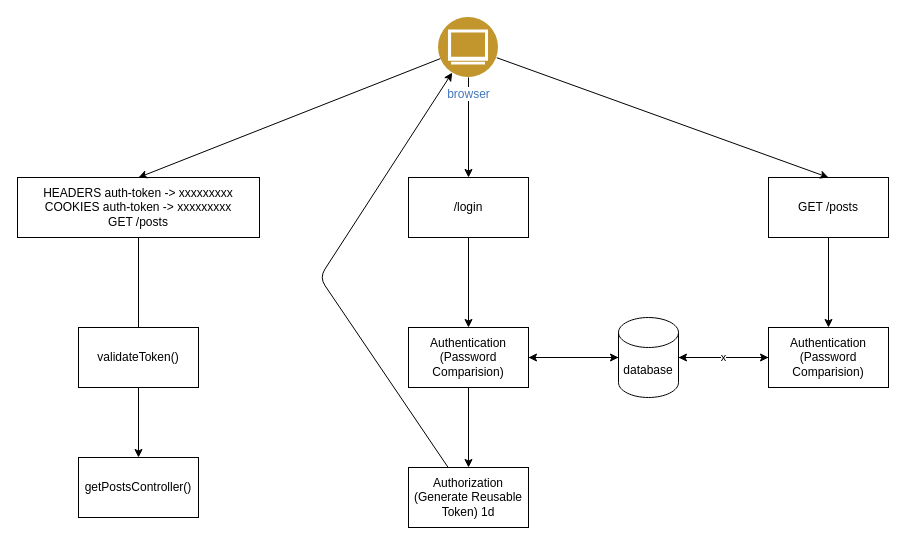
manjotsk/nodejs-class-12 keeps this draw.io diagram as auth.flow.drawio. Above is the earlier version. Source tidied: cells renumbered, new cells numbered last; positions are measured from the earlier drawing's top-left corner, leaving out a move shared by most shapes. Both pictures are drawn from the tidied source at 100%, with x=0, y=0 at pixel (17, 17).
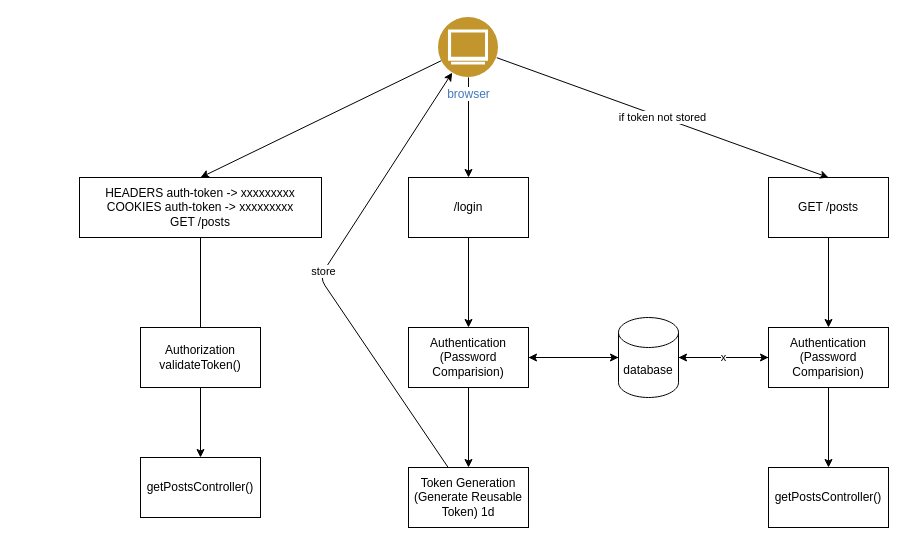
The same page after the edit.

Commit message:
Refactor authentication flowchart and routes

The change refers to these unchanged cells:
```xml
<mxCell id="10" value="GET /posts" style="rounded=0;whiteSpace=wrap;html=1;" parent="1" vertex="1">
  <mxGeometry x="751" y="160" width="120" height="60" as="geometry" />
</mxCell>
<mxCell id="12" value="Authentication&lt;br&gt;(Password Comparision)" style="rounded=0;whiteSpace=wrap;html=1;" parent="1" vertex="1">
  <mxGeometry x="751" y="310" width="120" height="60" as="geometry" />
</mxCell>
<mxCell id="21" value="browser" style="perimeter=ellipsePerimeter;html=1;align=center;shadow=0;dashed=0;fontColor=#4277BB;labelBackgroundColor=#ffffff;fontSize=12;spacingTop=3;image;image=img/lib/ibm/users/browser.svg;" parent="1" vertex="1">
  <mxGeometry x="421" width="60" height="60" as="geometry" />
</mxCell>
```

Diff of the diagram source:
```diff
@@
-    <mxCell id="7" style="edgeStyle=none;html=1;" parent="1" edge="1" source="8" target="21">
+    <mxCell id="7" value="store" style="edgeStyle=none;html=1;" parent="1" edge="1" source="8" target="21">
       <mxGeometry relative="1" as="geometry">
         <Array as="points">
           <mxPoint x="302" y="260" />
         </Array>
       </mxGeometry>
     </mxCell>
-    <mxCell id="8" value="Authorization&lt;br&gt;(Generate Reusable Token) 1d" style="rounded=0;whiteSpace=wrap;html=1;" parent="1" vertex="1">
+    <mxCell id="8" value="Token Generation&lt;br&gt;(Generate Reusable Token) 1d" style="rounded=0;whiteSpace=wrap;html=1;" parent="1" vertex="1">
       <mxGeometry x="391" y="450" width="120" height="60" as="geometry" />
     </mxCell>
@@
+    <mxCell id="25" style="edgeStyle=none;html=1;" parent="1" edge="1" source="12" target="26">
+      <mxGeometry relative="1" as="geometry" />
+    </mxCell>
@@
     <mxCell id="17" value="HEADERS auth-token -&amp;gt; xxxxxxxxx&lt;br&gt;COOKIES auth-token -&amp;gt; xxxxxxxxx&lt;br&gt;GET /posts" style="rounded=0;whiteSpace=wrap;html=1;" parent="1" vertex="1">
-      <mxGeometry y="160" width="242" height="60" as="geometry" />
+      <mxGeometry x="62" y="160" width="242" height="60" as="geometry" />
     </mxCell>
@@
-    <mxCell id="20" style="edgeStyle=none;html=1;entryX=0.5;entryY=0;entryDx=0;entryDy=0;" parent="1" edge="1" source="21" target="10">
+    <mxCell id="20" value="if token not stored" style="edgeStyle=none;html=1;entryX=0.5;entryY=0;entryDx=0;entryDy=0;" parent="1" edge="1" source="21" target="10">
       <mxGeometry relative="1" as="geometry" />
     </mxCell>
@@
     <mxCell id="22" value="getPostsController()" style="whiteSpace=wrap;html=1;rounded=0;" parent="1" vertex="1">
-      <mxGeometry x="61" y="440" width="120" height="60" as="geometry" />
+      <mxGeometry x="123" y="440" width="120" height="60" as="geometry" />
     </mxCell>
@@
-    <mxCell id="24" value="validateToken()" style="whiteSpace=wrap;html=1;rounded=0;" parent="1" vertex="1">
-      <mxGeometry x="61" y="310" width="120" height="60" as="geometry" />
+    <mxCell id="24" value="Authorization&lt;br&gt;validateToken()" style="whiteSpace=wrap;html=1;rounded=0;" parent="1" vertex="1">
+      <mxGeometry x="123" y="310" width="120" height="60" as="geometry" />
     </mxCell>
+    <mxCell id="26" value="getPostsController()" style="whiteSpace=wrap;html=1;rounded=0;" parent="1" vertex="1">
+      <mxGeometry x="751" y="450" width="120" height="60" as="geometry" />
+    </mxCell>
```
